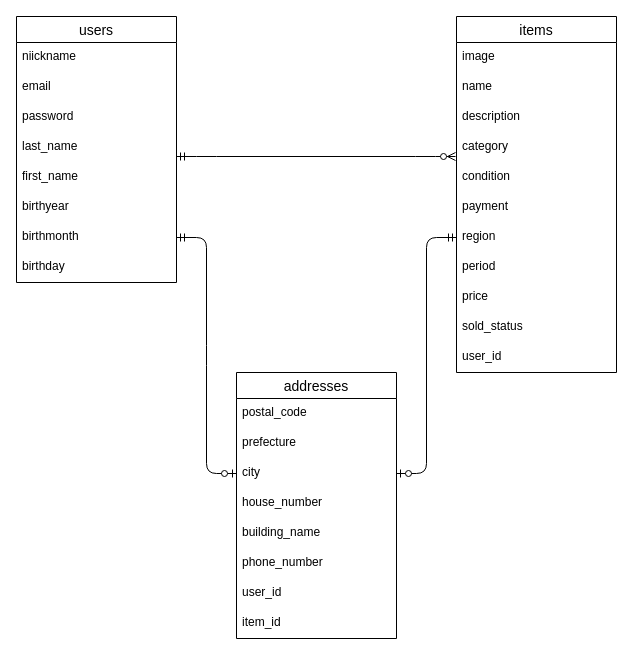
This is database_design.dio from CatAisa/furima-31546, a draw.io file, before an edit. Source tidied: cells renumbered, new cells numbered last; positions are measured from the earlier drawing's top-left corner, leaving out a move shared by most shapes. Both pictures are drawn from the tidied source at 100%, with x=0, y=0 at pixel (16, 16).
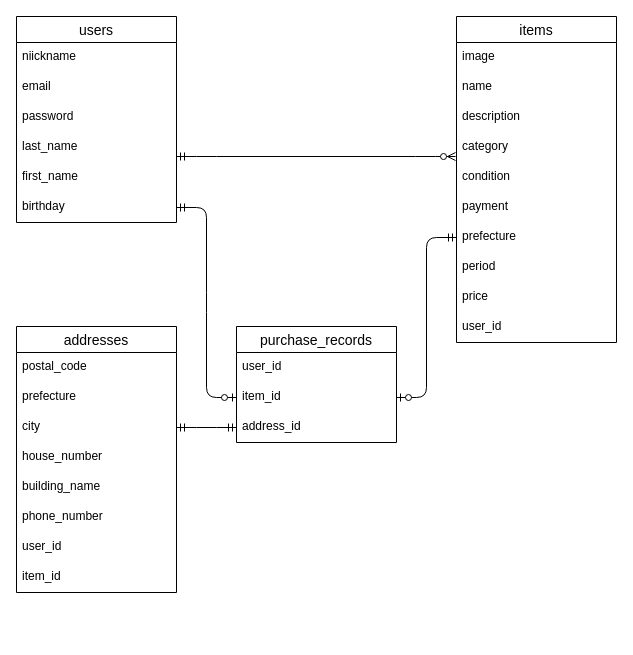
Above is the later version.

Commit message (it also covers changes not shown here):
read meの修正

The change refers to these unchanged cells:
```xml
<mxCell id="26" value="city" style="text;strokeColor=none;fillColor=none;spacingLeft=4;spacingRight=4;overflow=hidden;points=[[0,0.5],[1,0.5]];portConstraint=eastwest;fontSize=12;" parent="23" vertex="1">
  <mxGeometry y="86" width="160" height="30" as="geometry" />
</mxCell>
```

What changed in the source:
```diff
@@
     <mxCell id="2" value="users" style="swimlane;fontStyle=0;horizontal=1;startSize=26;align=center;fontSize=14;" parent="1" vertex="1">
-      <mxGeometry width="160" height="266" as="geometry" />
+      <mxGeometry width="160" height="206" as="geometry" />
     </mxCell>
@@
-    <mxCell id="8" value="birthyear" style="text;strokeColor=none;fillColor=none;spacingLeft=4;spacingRight=4;overflow=hidden;fontSize=12;" parent="2" vertex="1">
-      <mxGeometry y="176" width="160" height="30" as="geometry" />
-    </mxCell>
-    <mxCell id="9" value="birthmonth" style="text;strokeColor=none;fillColor=none;spacingLeft=4;spacingRight=4;overflow=hidden;points=[[0,0.5],[1,0.5]];portConstraint=eastwest;fontSize=12;" parent="2" vertex="1">
-      <mxGeometry y="206" width="160" height="30" as="geometry" />
-    </mxCell>
     <mxCell id="10" value="birthday" style="text;strokeColor=none;fillColor=none;spacingLeft=4;spacingRight=4;overflow=hidden;fontSize=12;" parent="2" vertex="1">
-      <mxGeometry y="236" width="160" height="30" as="geometry" />
+      <mxGeometry y="176" width="160" height="30" as="geometry" />
     </mxCell>
     <mxCell id="11" value="items" style="swimlane;fontStyle=0;horizontal=1;startSize=26;align=center;fontSize=14;" parent="1" vertex="1">
-      <mxGeometry x="440" width="160" height="356" as="geometry" />
+      <mxGeometry x="440" width="160" height="326" as="geometry" />
     </mxCell>
@@
-    <mxCell id="18" value="region" style="text;strokeColor=none;fillColor=none;spacingLeft=4;spacingRight=4;overflow=hidden;points=[[0,0.5],[1,0.5]];portConstraint=eastwest;fontSize=12;" parent="11" vertex="1">
+    <mxCell id="18" value="prefecture&#10;" style="text;strokeColor=none;fillColor=none;spacingLeft=4;spacingRight=4;overflow=hidden;points=[[0,0.5],[1,0.5]];portConstraint=eastwest;fontSize=12;" parent="11" vertex="1">
       <mxGeometry y="206" width="160" height="30" as="geometry" />
     </mxCell>
@@
-    <mxCell id="21" value="sold_status" style="text;strokeColor=none;fillColor=none;spacingLeft=4;spacingRight=4;overflow=hidden;fontSize=12;" parent="11" vertex="1">
-      <mxGeometry y="296" width="160" height="30" as="geometry" />
-    </mxCell>
     <mxCell id="22" value="user_id" style="text;strokeColor=none;fillColor=none;spacingLeft=4;spacingRight=4;overflow=hidden;fontSize=12;" parent="11" vertex="1">
-      <mxGeometry y="326" width="160" height="30" as="geometry" />
+      <mxGeometry y="296" width="160" height="30" as="geometry" />
     </mxCell>
     <mxCell id="23" value="addresses" style="swimlane;fontStyle=0;horizontal=1;startSize=26;align=center;fontSize=14;" parent="1" vertex="1">
-      <mxGeometry x="220" y="356" width="160" height="266" as="geometry" />
+      <mxGeometry y="310" width="160" height="266" as="geometry" />
     </mxCell>
@@
-    <mxCell id="33" style="edgeStyle=entityRelationEdgeStyle;fontSize=12;html=1;endArrow=ERzeroToOne;startArrow=ERmandOne;exitX=0;exitY=0.5;exitDx=0;exitDy=0;entryX=1;entryY=0.5;entryDx=0;entryDy=0;" parent="1" edge="1" source="18" target="26">
+    <mxCell id="33" style="edgeStyle=entityRelationEdgeStyle;fontSize=12;html=1;endArrow=ERzeroToOne;startArrow=ERmandOne;exitX=0;exitY=0.5;exitDx=0;exitDy=0;entryX=1;entryY=0.5;entryDx=0;entryDy=0;" parent="1" edge="1" source="18" target="37">
       <mxGeometry relative="1" as="geometry" />
     </mxCell>
-    <mxCell id="34" style="edgeStyle=entityRelationEdgeStyle;fontSize=12;html=1;endArrow=ERzeroToOne;startArrow=ERmandOne;exitX=1;exitY=0.5;exitDx=0;exitDy=0;" parent="1" edge="1" source="9" target="26">
-      <mxGeometry relative="1" as="geometry" />
+    <mxCell id="34" style="edgeStyle=entityRelationEdgeStyle;fontSize=12;html=1;endArrow=ERzeroToOne;startArrow=ERmandOne;exitX=1;exitY=0.5;exitDx=0;exitDy=0;entryX=0;entryY=0.5;entryDx=0;entryDy=0;" parent="1" edge="1" target="37">
+      <mxGeometry relative="1" as="geometry">
+        <mxPoint x="160" y="191" as="sourcePoint" />
+      </mxGeometry>
     </mxCell>
+    <mxCell id="35" value="purchase_records" style="swimlane;fontStyle=0;horizontal=1;startSize=26;align=center;fontSize=14;" parent="1" vertex="1">
+      <mxGeometry x="220" y="310" width="160" height="116" as="geometry" />
+    </mxCell>
+    <mxCell id="36" value="user_id" style="text;strokeColor=none;fillColor=none;spacingLeft=4;spacingRight=4;overflow=hidden;fontSize=12;" parent="35" vertex="1">
+      <mxGeometry y="26" width="160" height="30" as="geometry" />
+    </mxCell>
+    <mxCell id="37" value="item_id" style="text;strokeColor=none;fillColor=none;spacingLeft=4;spacingRight=4;overflow=hidden;points=[[0,0.5],[1,0.5]];portConstraint=eastwest;fontSize=12;" parent="35" vertex="1">
+      <mxGeometry y="56" width="160" height="30" as="geometry" />
+    </mxCell>
+    <mxCell id="38" value="address_id" style="text;strokeColor=none;fillColor=none;spacingLeft=4;spacingRight=4;overflow=hidden;points=[[0,0.5],[1,0.5]];portConstraint=eastwest;fontSize=12;" parent="35" vertex="1">
+      <mxGeometry y="86" width="160" height="30" as="geometry" />
+    </mxCell>
+    <mxCell id="39" style="edgeStyle=entityRelationEdgeStyle;fontSize=12;html=1;endArrow=ERmandOne;startArrow=ERmandOne;exitX=1;exitY=0.5;exitDx=0;exitDy=0;entryX=0;entryY=0.5;entryDx=0;entryDy=0;" parent="1" edge="1" source="26" target="38">
+      <mxGeometry relative="1" as="geometry" />
+    </mxCell>
```
